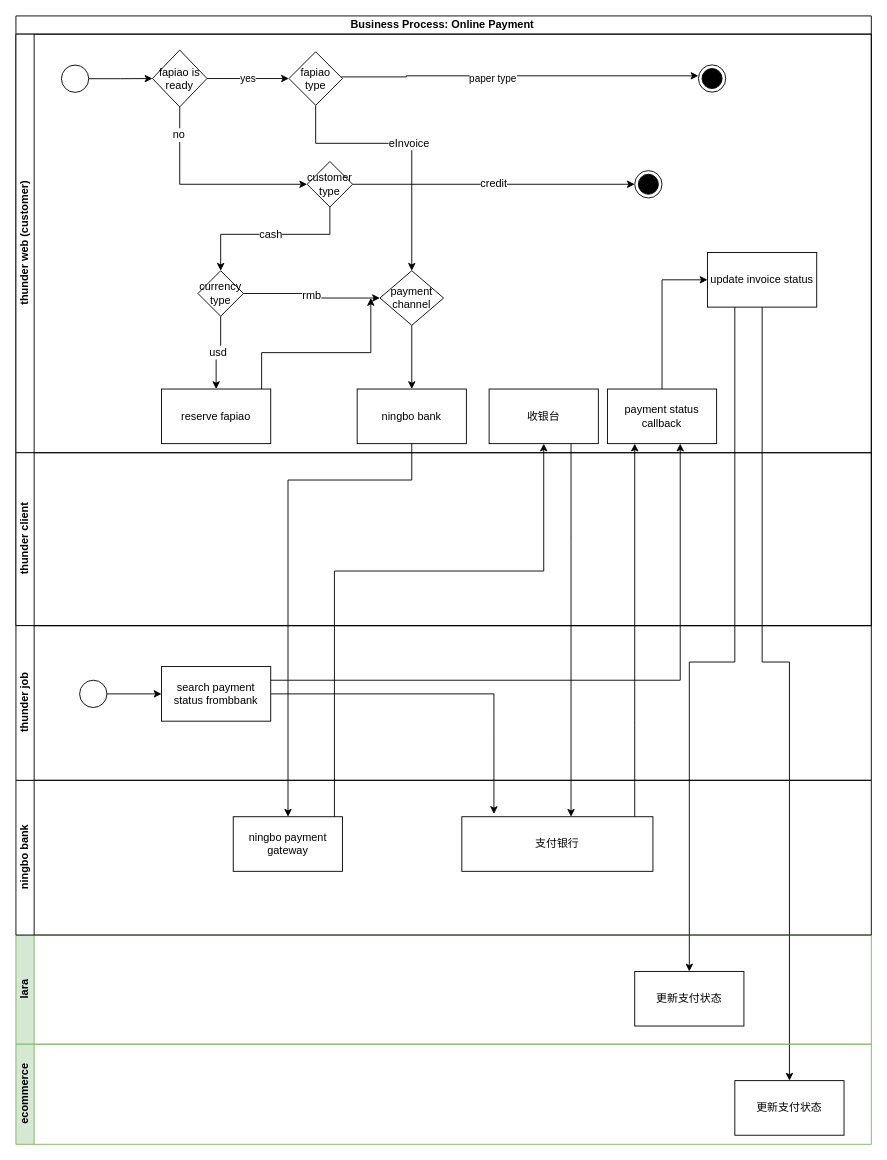
The draw.io diagram ningbo bank pay.drawio in yi2003/diagram, before the edit. Source tidied: cells renumbered, new cells numbered last; positions are measured from the earlier drawing's top-left corner, leaving out a move shared by most shapes. Both pictures are drawn from the tidied source at 91%, with x=0, y=0 at pixel (15, 15).
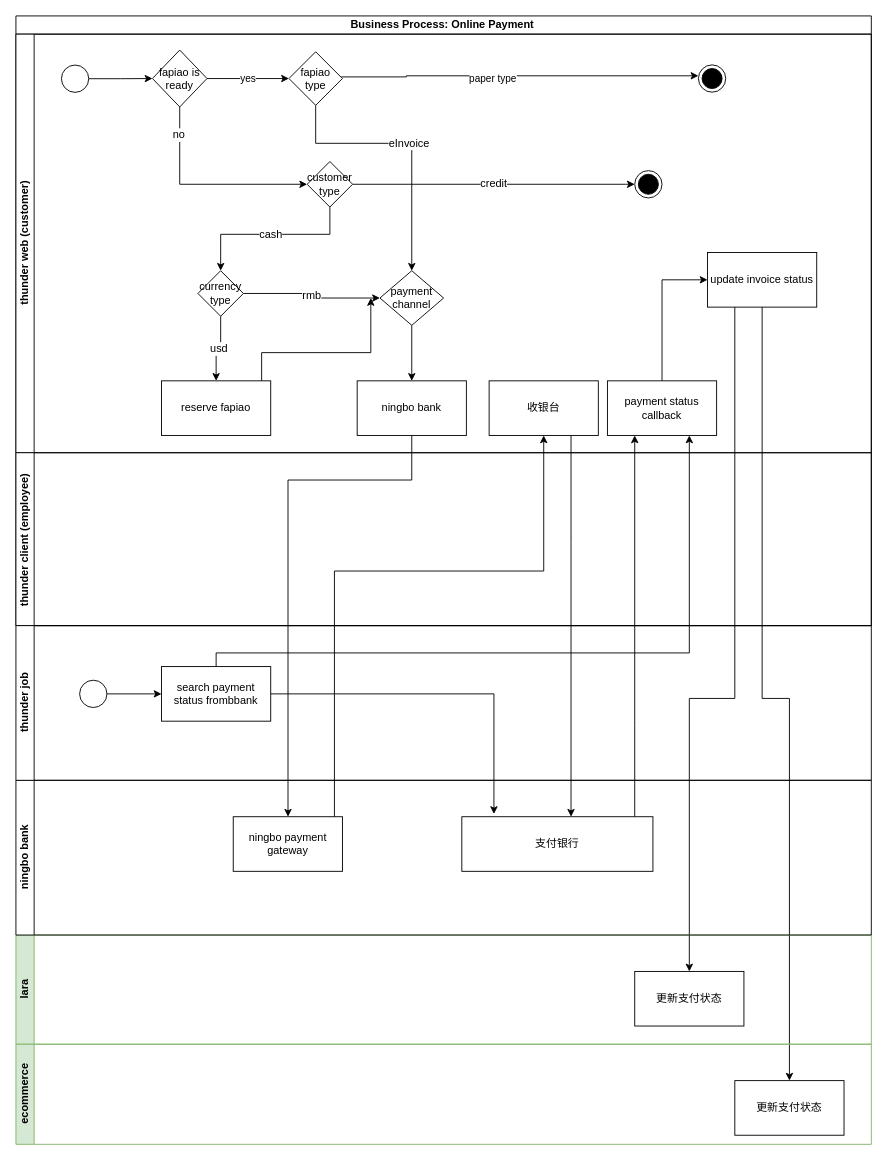
Above is the later version.

The change refers to these unchanged cells:
```xml
<mxCell id="2" value="Business Process: Online Payment&amp;nbsp;" style="swimlane;horizontal=1;startSize=20;html=1;" parent="1" vertex="1">
  <mxGeometry width="940" height="670" as="geometry" />
</mxCell>
<mxCell id="3" value="thunder web (customer)" style="swimlane;startSize=20;horizontal=0;html=1;" parent="2" vertex="1">
  <mxGeometry y="20" width="940" height="460" as="geometry" />
</mxCell>
<mxCell id="27" value="update invoice status" style="rounded=0;whiteSpace=wrap;html=1;strokeColor=rgb(0, 0, 0);fontFamily=Helvetica;fontSize=12;fontColor=rgb(0, 0, 0);startSize=20;fillColor=rgb(255, 255, 255);" parent="3" vertex="1">
  <mxGeometry x="760" y="240" width="120" height="60" as="geometry" />
</mxCell>
<mxCell id="37" value="更新支付状态" style="rounded=0;whiteSpace=wrap;html=1;strokeColor=rgb(0, 0, 0);fontFamily=Helvetica;fontSize=12;fontColor=rgb(0, 0, 0);startSize=20;fillColor=rgb(255, 255, 255);" parent="36" vertex="1">
  <mxGeometry x="680" y="40" width="120" height="60" as="geometry" />
</mxCell>
<mxCell id="40" value="更新支付状态" style="rounded=0;whiteSpace=wrap;html=1;strokeColor=rgb(0, 0, 0);fontFamily=Helvetica;fontSize=12;fontColor=rgb(0, 0, 0);startSize=20;fillColor=rgb(255, 255, 255);" parent="39" vertex="1">
  <mxGeometry x="790" y="40" width="120" height="60" as="geometry" />
</mxCell>
<mxCell id="48" value="search payment status frombbank" style="whiteSpace=wrap;html=1;" parent="45" vertex="1">
  <mxGeometry x="160" y="45" width="120" height="60" as="geometry" />
</mxCell>
```

What changed in the source:
```diff
@@
     <mxCell id="19" value="reserve fapiao" style="whiteSpace=wrap;html=1;startSize=20;" parent="3" vertex="1">
-      <mxGeometry x="160" y="390" width="120" height="60" as="geometry" />
+      <mxGeometry x="160" y="381" width="120" height="60" as="geometry" />
     </mxCell>
@@
     <mxCell id="23" value="ningbo bank" style="whiteSpace=wrap;html=1;startSize=20;" parent="3" vertex="1">
-      <mxGeometry x="375" y="390" width="120" height="60" as="geometry" />
+      <mxGeometry x="375" y="381" width="120" height="60" as="geometry" />
     </mxCell>
     <mxCell id="24" value="收银台" style="rounded=0;whiteSpace=wrap;html=1;strokeColor=rgb(0, 0, 0);fontFamily=Helvetica;fontSize=12;fontColor=rgb(0, 0, 0);startSize=20;fillColor=rgb(255, 255, 255);" parent="3" vertex="1">
-      <mxGeometry x="520" y="390" width="120" height="60" as="geometry" />
+      <mxGeometry x="520" y="381" width="120" height="60" as="geometry" />
     </mxCell>
@@
     <mxCell id="26" value="payment status callback" style="rounded=0;whiteSpace=wrap;html=1;strokeColor=rgb(0, 0, 0);fontFamily=Helvetica;fontSize=12;fontColor=rgb(0, 0, 0);startSize=20;fillColor=rgb(255, 255, 255);" parent="3" vertex="1">
-      <mxGeometry x="650" y="390" width="120" height="60" as="geometry" />
+      <mxGeometry x="650" y="381" width="120" height="60" as="geometry" />
     </mxCell>
@@
-    <mxCell id="30" value="thunder client" style="swimlane;startSize=20;horizontal=0;html=1;" parent="2" vertex="1">
+    <mxCell id="30" value="thunder client (employee)&amp;nbsp;" style="swimlane;startSize=20;horizontal=0;html=1;" parent="2" vertex="1">
       <mxGeometry y="480" width="940" height="190" as="geometry" />
     </mxCell>
     <mxCell id="31" style="edgeStyle=orthogonalEdgeStyle;rounded=0;jettySize=auto;html=1;strokeColor=#000000;fontFamily=Helvetica;fontSize=12;fontColor=rgb(0, 0, 0);startSize=20;" parent="1" edge="1" source="27" target="37">
       <mxGeometry relative="1" as="geometry">
         <Array as="points">
-          <mxPoint x="790" y="710" />
-          <mxPoint x="740" y="710" />
+          <mxPoint x="790" y="750" />
+          <mxPoint x="740" y="750" />
         </Array>
       </mxGeometry>
     </mxCell>
     <mxCell id="32" style="edgeStyle=orthogonalEdgeStyle;rounded=0;jettySize=auto;html=1;strokeColor=#000000;fontFamily=Helvetica;fontSize=12;fontColor=rgb(0, 0, 0);startSize=20;" parent="1" edge="1" source="27" target="40">
       <mxGeometry relative="1" as="geometry">
         <Array as="points">
-          <mxPoint x="820" y="710" />
-          <mxPoint x="850" y="710" />
+          <mxPoint x="820" y="750" />
+          <mxPoint x="850" y="750" />
         </Array>
       </mxGeometry>
     </mxCell>
@@
-    <mxCell id="50" style="edgeStyle=orthogonalEdgeStyle;rounded=0;jettySize=auto;html=1;strokeColor=#000000;fontFamily=Helvetica;fontSize=12;fontColor=rgb(0, 0, 0);startSize=20;" parent="1" edge="1" source="48">
+    <mxCell id="50" style="edgeStyle=orthogonalEdgeStyle;rounded=0;jettySize=auto;html=1;strokeColor=#000000;fontFamily=Helvetica;fontSize=12;fontColor=rgb(0, 0, 0);startSize=20;entryX=0.75;entryY=1;entryDx=0;entryDy=0;" parent="1" edge="1" source="48" target="26">
       <mxGeometry relative="1" as="geometry">
-        <mxPoint x="730" y="470" as="targetPoint" />
         <Array as="points">
-          <mxPoint x="730" y="730" />
+          <mxPoint x="220" y="700" />
+          <mxPoint x="740" y="700" />
         </Array>
       </mxGeometry>
     </mxCell>
```
